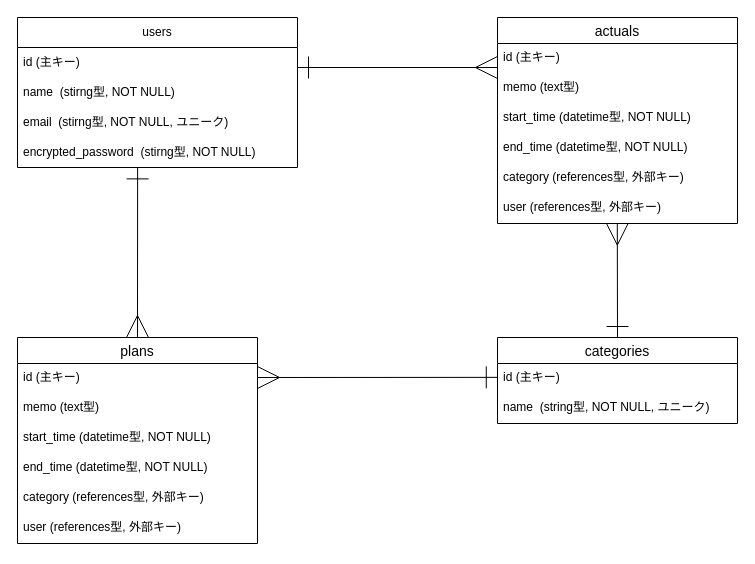
barsea/schedpoint keeps this draw.io diagram as ER.dio. Above is the earlier version. Source tidied: cells renumbered, new cells numbered last; positions are measured from the earlier drawing's top-left corner, leaving out a move shared by most shapes. Both pictures are drawn from the tidied source at 100%, with x=0, y=0 at pixel (17, 17).
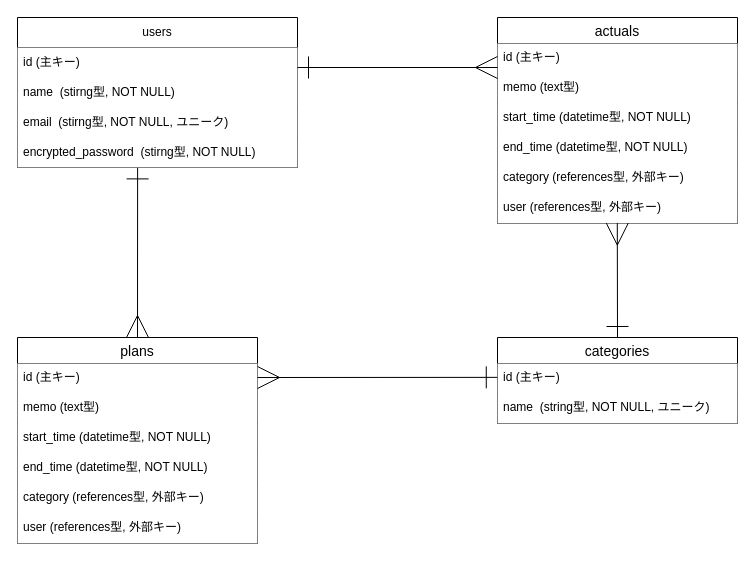
The same page after the edit.

Commit message (it also covers changes not shown here):
docs: ER図を白背景に修正

Change to the diagram source:
```diff
@@
-    <mxCell id="2" value="plans" style="swimlane;fontStyle=0;horizontal=1;startSize=26;align=center;fontSize=14;" parent="1" vertex="1">
+    <mxCell id="2" value="plans" style="swimlane;fontStyle=0;horizontal=1;startSize=26;align=center;fontSize=14;fillColor=#FFFFFF;" parent="1" vertex="1">
       <mxGeometry y="320" width="240" height="206" as="geometry" />
     </mxCell>
-    <mxCell id="3" value="id (主キー)" style="text;strokeColor=none;fillColor=none;spacingLeft=4;spacingRight=4;overflow=hidden;fontSize=12;whiteSpace=wrap;html=1;" parent="2" vertex="1">
+    <mxCell id="3" value="id (主キー)" style="text;strokeColor=none;fillColor=#FFFFFF;spacingLeft=4;spacingRight=4;overflow=hidden;fontSize=12;whiteSpace=wrap;html=1;" parent="2" vertex="1">
       <mxGeometry y="26" width="240" height="30" as="geometry" />
     </mxCell>
-    <mxCell id="4" value="memo&lt;span style=&quot;color: rgb(0, 0, 0);&quot;&gt;&amp;nbsp;(text型)&lt;/span&gt;" style="text;strokeColor=none;fillColor=none;spacingLeft=4;spacingRight=4;overflow=hidden;fontSize=12;whiteSpace=wrap;html=1;" parent="2" vertex="1">
+    <mxCell id="4" value="memo&lt;span style=&quot;color: rgb(0, 0, 0);&quot;&gt;&amp;nbsp;(text型)&lt;/span&gt;" style="text;strokeColor=none;fillColor=#FFFFFF;spacingLeft=4;spacingRight=4;overflow=hidden;fontSize=12;whiteSpace=wrap;html=1;" parent="2" vertex="1">
       <mxGeometry y="56" width="240" height="30" as="geometry" />
     </mxCell>
-    <mxCell id="5" value="start_time (datetime型, NOT NULL)" style="text;strokeColor=none;fillColor=none;spacingLeft=4;spacingRight=4;overflow=hidden;fontSize=12;whiteSpace=wrap;html=1;" parent="2" vertex="1">
+    <mxCell id="5" value="start_time (datetime型, NOT NULL)" style="text;strokeColor=none;fillColor=#FFFFFF;spacingLeft=4;spacingRight=4;overflow=hidden;fontSize=12;whiteSpace=wrap;html=1;" parent="2" vertex="1">
       <mxGeometry y="86" width="240" height="30" as="geometry" />
     </mxCell>
-    <mxCell id="6" value="end_time&lt;span style=&quot;color: rgb(0, 0, 0);&quot;&gt;&amp;nbsp;(datetime型, NOT NULL)&lt;/span&gt;" style="text;strokeColor=none;fillColor=none;spacingLeft=4;spacingRight=4;overflow=hidden;fontSize=12;whiteSpace=wrap;html=1;" parent="2" vertex="1">
+    <mxCell id="6" value="end_time&lt;span style=&quot;color: rgb(0, 0, 0);&quot;&gt;&amp;nbsp;(datetime型, NOT NULL)&lt;/span&gt;" style="text;strokeColor=none;fillColor=#FFFFFF;spacingLeft=4;spacingRight=4;overflow=hidden;fontSize=12;whiteSpace=wrap;html=1;" parent="2" vertex="1">
       <mxGeometry y="116" width="240" height="30" as="geometry" />
     </mxCell>
-    <mxCell id="7" value="category (references型, 外部キー)" style="text;strokeColor=none;fillColor=none;spacingLeft=4;spacingRight=4;overflow=hidden;fontSize=12;whiteSpace=wrap;html=1;" parent="2" vertex="1">
+    <mxCell id="7" value="category (references型, 外部キー)" style="text;strokeColor=none;fillColor=#FFFFFF;spacingLeft=4;spacingRight=4;overflow=hidden;fontSize=12;whiteSpace=wrap;html=1;" parent="2" vertex="1">
       <mxGeometry y="146" width="240" height="30" as="geometry" />
     </mxCell>
-    <mxCell id="8" value="user (references型, 外部キー)" style="text;strokeColor=none;fillColor=none;spacingLeft=4;spacingRight=4;overflow=hidden;fontSize=12;whiteSpace=wrap;html=1;" parent="2" vertex="1">
+    <mxCell id="8" value="user (references型, 外部キー)" style="text;strokeColor=none;fillColor=#FFFFFF;spacingLeft=4;spacingRight=4;overflow=hidden;fontSize=12;whiteSpace=wrap;html=1;" parent="2" vertex="1">
       <mxGeometry y="176" width="240" height="30" as="geometry" />
     </mxCell>
-    <mxCell id="9" value="categories" style="swimlane;fontStyle=0;horizontal=1;startSize=26;align=center;fontSize=14;" parent="1" vertex="1">
+    <mxCell id="9" value="categories" style="swimlane;fontStyle=0;horizontal=1;startSize=26;align=center;fontSize=14;fillColor=#FFFFFF;" parent="1" vertex="1">
       <mxGeometry x="480" y="320" width="240" height="86" as="geometry" />
     </mxCell>
-    <mxCell id="10" value="id (主キー)" style="text;strokeColor=none;fillColor=none;spacingLeft=4;spacingRight=4;overflow=hidden;points=[[0,0.5],[1,0.5]];portConstraint=eastwest;fontSize=12;whiteSpace=wrap;html=1;" parent="9" vertex="1">
+    <mxCell id="10" value="id (主キー)" style="text;strokeColor=none;fillColor=#FFFFFF;spacingLeft=4;spacingRight=4;overflow=hidden;points=[[0,0.5],[1,0.5]];portConstraint=eastwest;fontSize=12;whiteSpace=wrap;html=1;" parent="9" vertex="1">
       <mxGeometry y="26" width="240" height="30" as="geometry" />
     </mxCell>
-    <mxCell id="11" value="name&amp;nbsp;&amp;nbsp;(st&lt;span style=&quot;color: rgb(0, 0, 0);&quot;&gt;r&lt;/span&gt;ing型, NOT NULL&lt;span style=&quot;color: rgb(0, 0, 0);&quot;&gt;, ユニーク&lt;/span&gt;)" style="text;strokeColor=none;fillColor=none;spacingLeft=4;spacingRight=4;overflow=hidden;fontSize=12;whiteSpace=wrap;html=1;" parent="9" vertex="1">
+    <mxCell id="11" value="name&amp;nbsp;&amp;nbsp;(st&lt;span style=&quot;color: rgb(0, 0, 0);&quot;&gt;r&lt;/span&gt;ing型, NOT NULL&lt;span style=&quot;color: rgb(0, 0, 0);&quot;&gt;, ユニーク&lt;/span&gt;)" style="text;strokeColor=none;fillColor=#FFFFFF;spacingLeft=4;spacingRight=4;overflow=hidden;fontSize=12;whiteSpace=wrap;html=1;" parent="9" vertex="1">
       <mxGeometry y="56" width="240" height="30" as="geometry" />
     </mxCell>
-    <mxCell id="12" value="users" style="swimlane;fontStyle=0;horizontal=1;startSize=30;whiteSpace=wrap;html=1;" parent="1" vertex="1">
+    <mxCell id="12" value="users" style="swimlane;fontStyle=0;horizontal=1;startSize=30;whiteSpace=wrap;html=1;fillColor=#FFFFFF;" parent="1" vertex="1">
       <mxGeometry width="280" height="150" as="geometry" />
     </mxCell>
-    <mxCell id="13" value="id (主キー)" style="text;strokeColor=none;fillColor=none;align=left;verticalAlign=middle;spacingLeft=4;spacingRight=4;overflow=hidden;whiteSpace=wrap;html=1;" parent="12" vertex="1">
+    <mxCell id="13" value="id (主キー)" style="text;strokeColor=none;fillColor=#FFFFFF;align=left;verticalAlign=middle;spacingLeft=4;spacingRight=4;overflow=hidden;whiteSpace=wrap;html=1;" parent="12" vertex="1">
       <mxGeometry y="30" width="280" height="30" as="geometry" />
     </mxCell>
-    <mxCell id="14" value="&lt;span style=&quot;color: rgb(0, 0, 0);&quot;&gt;name&amp;nbsp;&amp;nbsp;(stirng型, NOT NULL)&lt;/span&gt;" style="text;strokeColor=none;fillColor=none;align=left;verticalAlign=middle;spacingLeft=4;spacingRight=4;overflow=hidden;whiteSpace=wrap;html=1;" parent="12" vertex="1">
+    <mxCell id="14" value="&lt;span style=&quot;color: rgb(0, 0, 0);&quot;&gt;name&amp;nbsp;&amp;nbsp;(stirng型, NOT NULL)&lt;/span&gt;" style="text;strokeColor=none;fillColor=#FFFFFF;align=left;verticalAlign=middle;spacingLeft=4;spacingRight=4;overflow=hidden;whiteSpace=wrap;html=1;" parent="12" vertex="1">
       <mxGeometry y="60" width="280" height="30" as="geometry" />
     </mxCell>
-    <mxCell id="15" value="&lt;span style=&quot;color: rgb(0, 0, 0);&quot;&gt;email&amp;nbsp; (stirng型, NOT NULL, ユニーク)&lt;/span&gt;" style="text;strokeColor=none;fillColor=none;align=left;verticalAlign=middle;spacingLeft=4;spacingRight=4;overflow=hidden;whiteSpace=wrap;html=1;" parent="12" vertex="1">
+    <mxCell id="15" value="&lt;span style=&quot;color: rgb(0, 0, 0);&quot;&gt;email&amp;nbsp; (stirng型, NOT NULL, ユニーク)&lt;/span&gt;" style="text;strokeColor=none;fillColor=#FFFFFF;align=left;verticalAlign=middle;spacingLeft=4;spacingRight=4;overflow=hidden;whiteSpace=wrap;html=1;" parent="12" vertex="1">
       <mxGeometry y="90" width="280" height="30" as="geometry" />
     </mxCell>
-    <mxCell id="16" value="&lt;span style=&quot;color: rgb(0, 0, 0);&quot;&gt;&lt;span style=&quot;color: rgb(0, 0, 0); text-wrap-mode: nowrap;&quot;&gt;encrypted_password&lt;/span&gt;&amp;nbsp; (stirng型, NOT NULL)&lt;/span&gt;" style="text;strokeColor=none;fillColor=none;align=left;verticalAlign=middle;spacingLeft=4;spacingRight=4;overflow=hidden;points=[[0,0.5],[1,0.5]];portConstraint=eastwest;whiteSpace=wrap;html=1;" parent="12" vertex="1">
+    <mxCell id="16" value="&lt;span style=&quot;color: rgb(0, 0, 0);&quot;&gt;&lt;span style=&quot;color: rgb(0, 0, 0); text-wrap-mode: nowrap;&quot;&gt;encrypted_password&lt;/span&gt;&amp;nbsp; (stirng型, NOT NULL)&lt;/span&gt;" style="text;strokeColor=none;fillColor=#FFFFFF;align=left;verticalAlign=middle;spacingLeft=4;spacingRight=4;overflow=hidden;points=[[0,0.5],[1,0.5]];portConstraint=eastwest;whiteSpace=wrap;html=1;" parent="12" vertex="1">
       <mxGeometry y="120" width="280" height="30" as="geometry" />
     </mxCell>
-    <mxCell id="17" value="actuals" style="swimlane;fontStyle=0;horizontal=1;startSize=26;align=center;fontSize=14;" parent="1" vertex="1">
+    <mxCell id="17" value="actuals" style="swimlane;fontStyle=0;horizontal=1;startSize=26;align=center;fontSize=14;fillColor=#FFFFFF;" parent="1" vertex="1">
       <mxGeometry x="480" width="240" height="206" as="geometry" />
     </mxCell>
-    <mxCell id="18" value="id (主キー)" style="text;strokeColor=none;fillColor=none;spacingLeft=4;spacingRight=4;overflow=hidden;fontSize=12;whiteSpace=wrap;html=1;" parent="17" vertex="1">
+    <mxCell id="18" value="id (主キー)" style="text;strokeColor=none;fillColor=#FFFFFF;spacingLeft=4;spacingRight=4;overflow=hidden;fontSize=12;whiteSpace=wrap;html=1;" parent="17" vertex="1">
       <mxGeometry y="26" width="240" height="30" as="geometry" />
     </mxCell>
-    <mxCell id="19" value="memo&lt;span style=&quot;color: rgb(0, 0, 0);&quot;&gt;&amp;nbsp;(text型)&lt;/span&gt;" style="text;strokeColor=none;fillColor=none;spacingLeft=4;spacingRight=4;overflow=hidden;fontSize=12;whiteSpace=wrap;html=1;" parent="17" vertex="1">
+    <mxCell id="19" value="memo&lt;span style=&quot;color: rgb(0, 0, 0);&quot;&gt;&amp;nbsp;(text型)&lt;/span&gt;" style="text;strokeColor=none;fillColor=#FFFFFF;spacingLeft=4;spacingRight=4;overflow=hidden;fontSize=12;whiteSpace=wrap;html=1;" parent="17" vertex="1">
       <mxGeometry y="56" width="240" height="30" as="geometry" />
     </mxCell>
-    <mxCell id="20" value="start_time (datetime型, NOT NULL)" style="text;strokeColor=none;fillColor=none;spacingLeft=4;spacingRight=4;overflow=hidden;fontSize=12;whiteSpace=wrap;html=1;" parent="17" vertex="1">
+    <mxCell id="20" value="start_time (datetime型, NOT NULL)" style="text;strokeColor=none;fillColor=#FFFFFF;spacingLeft=4;spacingRight=4;overflow=hidden;fontSize=12;whiteSpace=wrap;html=1;" parent="17" vertex="1">
       <mxGeometry y="86" width="240" height="30" as="geometry" />
     </mxCell>
-    <mxCell id="21" value="end_time&lt;span style=&quot;color: rgb(0, 0, 0);&quot;&gt;&amp;nbsp;(datetime型, NOT NULL)&lt;/span&gt;" style="text;strokeColor=none;fillColor=none;spacingLeft=4;spacingRight=4;overflow=hidden;fontSize=12;whiteSpace=wrap;html=1;" parent="17" vertex="1">
+    <mxCell id="21" value="end_time&lt;span style=&quot;color: rgb(0, 0, 0);&quot;&gt;&amp;nbsp;(datetime型, NOT NULL)&lt;/span&gt;" style="text;strokeColor=none;fillColor=#FFFFFF;spacingLeft=4;spacingRight=4;overflow=hidden;fontSize=12;whiteSpace=wrap;html=1;" parent="17" vertex="1">
       <mxGeometry y="116" width="240" height="30" as="geometry" />
     </mxCell>
-    <mxCell id="22" value="category (references型, 外部キー)" style="text;strokeColor=none;fillColor=none;spacingLeft=4;spacingRight=4;overflow=hidden;fontSize=12;whiteSpace=wrap;html=1;" parent="17" vertex="1">
+    <mxCell id="22" value="category (references型, 外部キー)" style="text;strokeColor=none;fillColor=#FFFFFF;spacingLeft=4;spacingRight=4;overflow=hidden;fontSize=12;whiteSpace=wrap;html=1;" parent="17" vertex="1">
       <mxGeometry y="146" width="240" height="30" as="geometry" />
     </mxCell>
-    <mxCell id="23" value="user (references型, 外部キー)" style="text;strokeColor=none;fillColor=none;spacingLeft=4;spacingRight=4;overflow=hidden;fontSize=12;whiteSpace=wrap;html=1;" parent="17" vertex="1">
+    <mxCell id="23" value="user (references型, 外部キー)" style="text;strokeColor=none;fillColor=#FFFFFF;spacingLeft=4;spacingRight=4;overflow=hidden;fontSize=12;whiteSpace=wrap;html=1;" parent="17" vertex="1">
       <mxGeometry y="176" width="240" height="30" as="geometry" />
     </mxCell>
-    <mxCell id="24" style="edgeStyle=none;html=1;entryX=0;entryY=0.633;entryDx=0;entryDy=0;entryPerimeter=0;endArrow=ERmany;endFill=0;startArrow=ERone;startFill=0;targetPerimeterSpacing=0;endSize=20;startSize=20;" parent="1" edge="1">
+    <mxCell id="24" style="edgeStyle=none;html=1;entryX=0;entryY=0.633;entryDx=0;entryDy=0;entryPerimeter=0;endArrow=ERmany;endFill=0;startArrow=ERone;startFill=0;targetPerimeterSpacing=0;endSize=20;startSize=20;fillColor=#FFFFFF;" parent="1" edge="1">
       <mxGeometry relative="1" as="geometry">
         <mxPoint x="280" y="50" as="sourcePoint" />
         <mxPoint x="480" y="50" as="targetPoint" />
       </mxGeometry>
     </mxCell>
-    <mxCell id="25" style="edgeStyle=none;html=1;endArrow=ERone;endFill=0;startArrow=ERmany;startFill=0;targetPerimeterSpacing=0;endSize=20;startSize=20;entryX=-0.001;entryY=0.462;entryDx=0;entryDy=0;entryPerimeter=0;" parent="1" edge="1" target="10">
+    <mxCell id="25" style="edgeStyle=none;html=1;endArrow=ERone;endFill=0;startArrow=ERmany;startFill=0;targetPerimeterSpacing=0;endSize=20;startSize=20;entryX=-0.001;entryY=0.462;entryDx=0;entryDy=0;entryPerimeter=0;fillColor=#FFFFFF;" parent="1" edge="1" target="10">
       <mxGeometry relative="1" as="geometry">
         <mxPoint x="240" y="360" as="sourcePoint" />
       </mxGeometry>
     </mxCell>
-    <mxCell id="26" style="edgeStyle=none;html=1;endArrow=ERmany;endFill=0;startArrow=ERone;startFill=0;targetPerimeterSpacing=0;endSize=20;startSize=20;exitX=0.429;exitY=1.013;exitDx=0;exitDy=0;exitPerimeter=0;entryX=0.5;entryY=0;entryDx=0;entryDy=0;" parent="1" edge="1" source="16" target="2">
+    <mxCell id="26" style="edgeStyle=none;html=1;endArrow=ERmany;endFill=0;startArrow=ERone;startFill=0;targetPerimeterSpacing=0;endSize=20;startSize=20;exitX=0.429;exitY=1.013;exitDx=0;exitDy=0;exitPerimeter=0;entryX=0.5;entryY=0;entryDx=0;entryDy=0;fillColor=#FFFFFF;" parent="1" edge="1" source="16" target="2">
       <mxGeometry relative="1" as="geometry" />
     </mxCell>
-    <mxCell id="27" style="edgeStyle=none;html=1;endArrow=ERone;endFill=0;startArrow=ERmany;startFill=0;targetPerimeterSpacing=0;endSize=20;startSize=20;exitX=0.429;exitY=1.013;exitDx=0;exitDy=0;exitPerimeter=0;entryX=0.5;entryY=0;entryDx=0;entryDy=0;" parent="1" edge="1" target="9">
+    <mxCell id="27" style="edgeStyle=none;html=1;endArrow=ERone;endFill=0;startArrow=ERmany;startFill=0;targetPerimeterSpacing=0;endSize=20;startSize=20;exitX=0.429;exitY=1.013;exitDx=0;exitDy=0;exitPerimeter=0;entryX=0.5;entryY=0;entryDx=0;entryDy=0;fillColor=#FFFFFF;" parent="1" edge="1" target="9">
       <mxGeometry relative="1" as="geometry">
         <mxPoint x="599.8" y="205.6" as="sourcePoint" />
       </mxGeometry>
     </mxCell>
```
